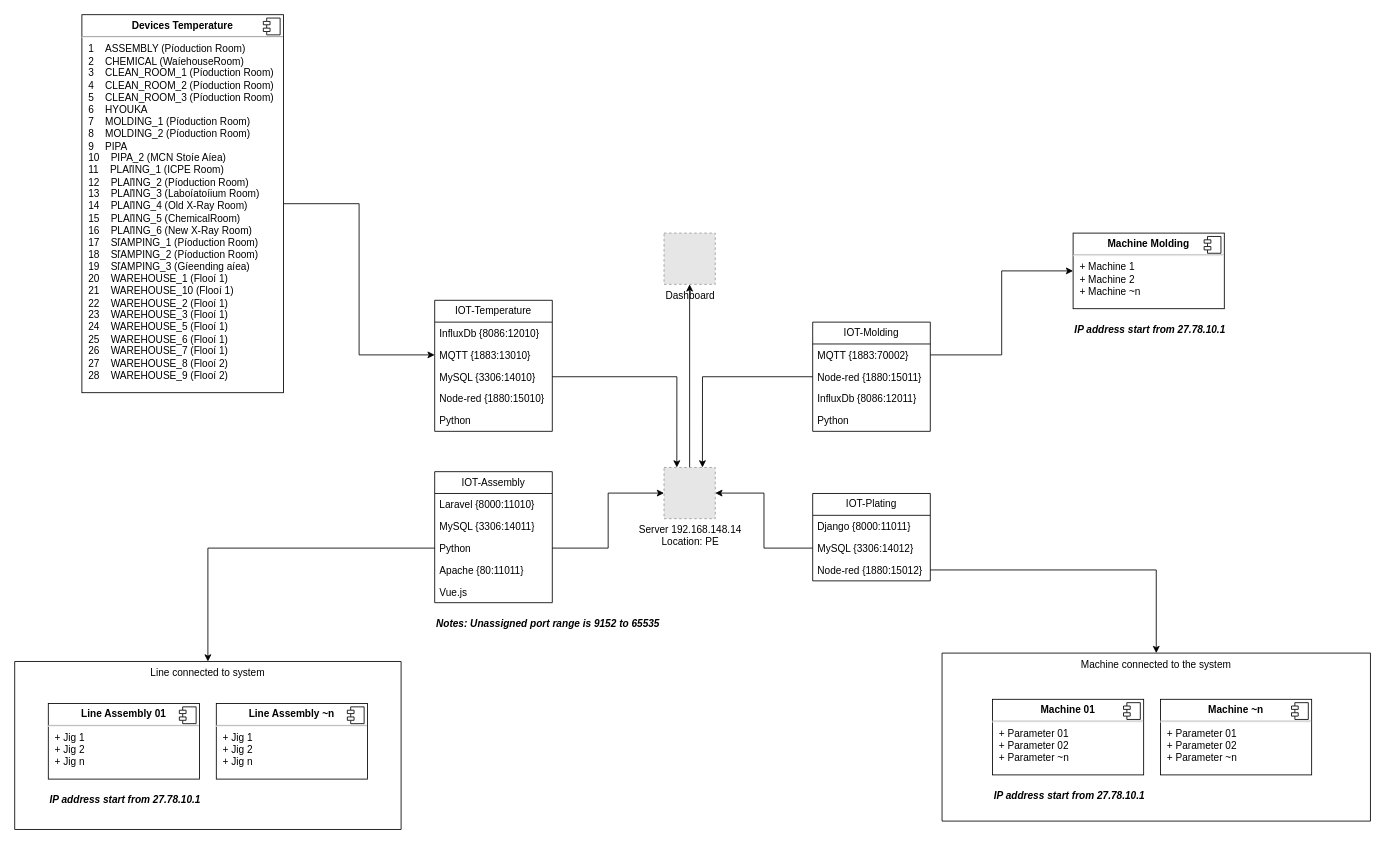
Earlier version of the draw.io diagram structure_iot_v2.drawio (arizmuajianisan/flowchart). Source tidied: cells renumbered, new cells numbered last; positions are measured from the earlier drawing's top-left corner, leaving out a move shared by most shapes. Both pictures are drawn from the tidied source at 84%, with x=0, y=0 at pixel (14, 14). Pictures stored in the file or linked from it are replaced by grey dashed boxes.
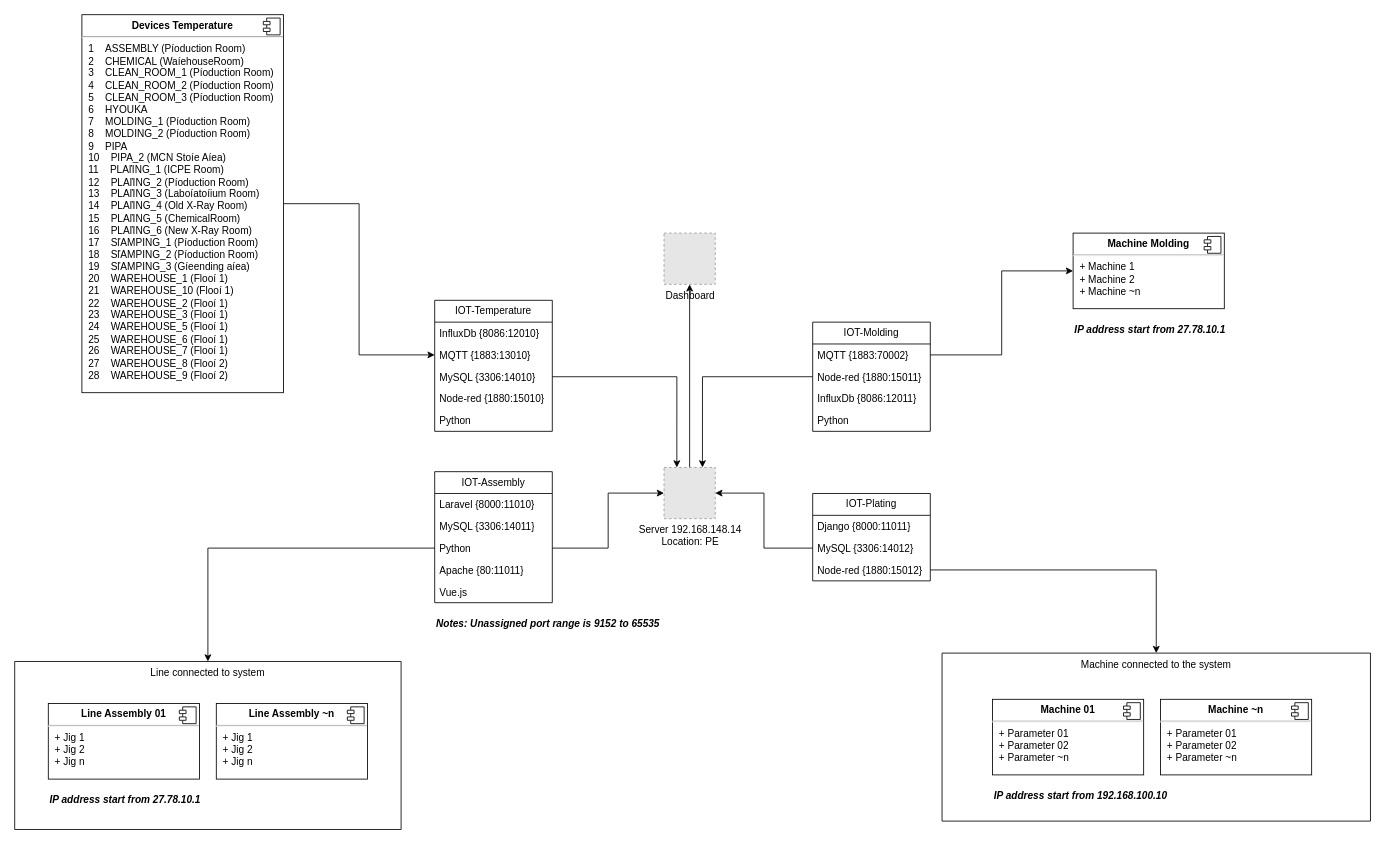
Above is the later version.

Unchanged cells that the change refers to:
```xml
<mxCell id="48" value="Machine connected to the system" style="group;" parent="1" vertex="1">
  <mxGeometry x="1104" y="760" width="510" height="200" as="geometry" />
</mxCell>
```

The edit, as a diff of the source:
```diff
@@
-    <mxCell id="53" value="IP address start from 27.78.10.1" style="text;html=1;strokeColor=none;fillColor=none;align=left;verticalAlign=middle;whiteSpace=wrap;rounded=0;fontStyle=3;" parent="48" vertex="1">
-      <mxGeometry x="60" y="155" width="190" height="30" as="geometry" />
+    <mxCell id="53" value="IP address start from 192.168.100.10" style="text;html=1;strokeColor=none;fillColor=none;align=left;verticalAlign=middle;whiteSpace=wrap;rounded=0;fontStyle=3;" parent="48" vertex="1">
+      <mxGeometry x="60" y="155" width="310" height="30" as="geometry" />
     </mxCell>
```
